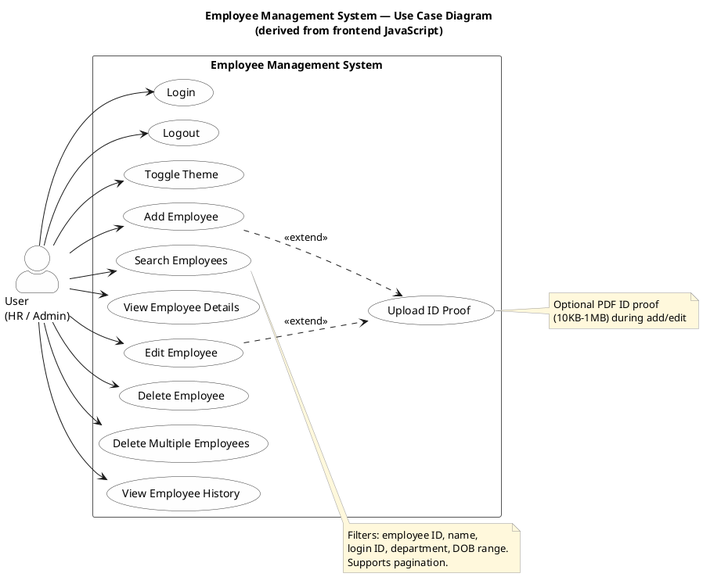
Before: uml/useCaseDiagram.png, a diagram exported from PlantUML (Leospace001/AY2526-FYP-B05). Source of this version:
```plantuml
@startuml
!pragma layout smetana
title Employee Management System — Use Case Diagram\n(derived from frontend JavaScript)

skinparam shadowing false
skinparam packageStyle rectangle
skinparam actorStyle awesome
skinparam defaultFontName SansSerif
skinparam usecase {
  BackgroundColor #FEFEFE
  BorderColor #333333
}
skinparam actor {
  BackgroundColor #FEFEFE
  BorderColor #333333
}
skinparam rectangle {
  BackgroundColor #FFFFFF
  BorderColor #555555
}
skinparam note {
  BackgroundColor #FFF8DC
  BorderColor #999999
}

left to right direction

actor "User\n(HR / Admin)" as User

rectangle "Employee Management System" {
  usecase "Login" as UC_Login
  usecase "Logout" as UC_Logout
  usecase "Toggle Theme" as UC_Theme

  usecase "Add Employee" as UC_Add
  usecase "Upload ID Proof" as UC_Upload
  usecase "Search Employees" as UC_Search
  usecase "View Employee Details" as UC_View
  usecase "Edit Employee" as UC_Edit
  usecase "Delete Employee" as UC_Delete
  usecase "Delete Multiple Employees" as UC_BatchDelete
  usecase "View Employee History" as UC_History
}

User --> UC_Login
User --> UC_Logout
User --> UC_Theme
User --> UC_Add
User --> UC_Search
User --> UC_View
User --> UC_Edit
User --> UC_Delete
User --> UC_BatchDelete
User --> UC_History

UC_Add ..> UC_Upload : <<extend>>
UC_Edit ..> UC_Upload : <<extend>>

note right of UC_Search
  Filters: employee ID, name,
  login ID, department, DOB range.
  Supports pagination.
end note

note right of UC_Upload
  Optional PDF ID proof
  (10KB-1MB) during add/edit
end note

@enduml
```
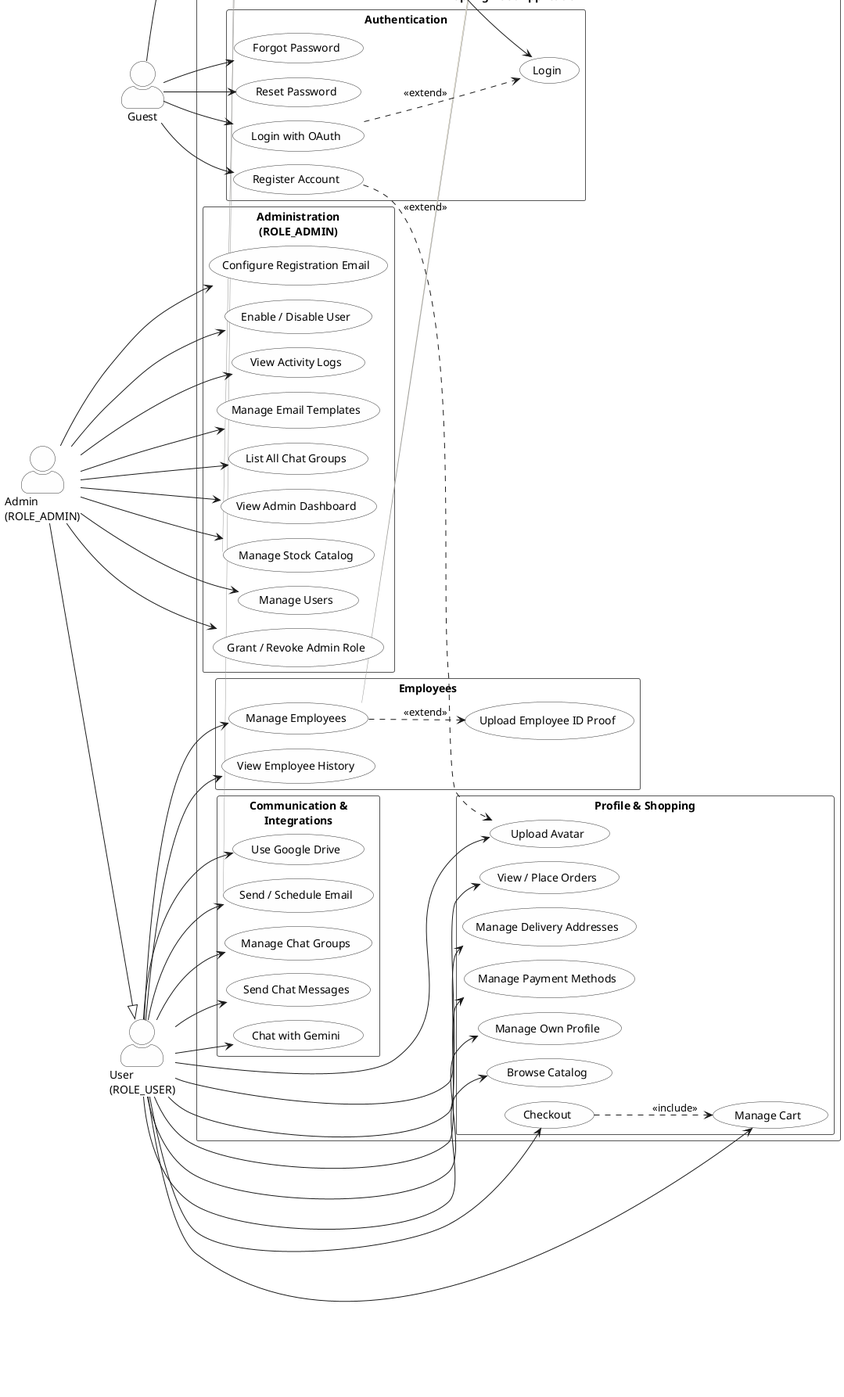
The same file after the commit.

Commit message:
Revise use-case diagram from Spring Boot Java backend

Rebuild the diagram from controllers and SecurityConfig with Guest,
User (ROLE_USER), and Admin (ROLE_ADMIN) actors covering auth,
shopping, chat/email, employees, Drive/Gemini, and admin features.

Change to the diagram source:
```diff
@@ -1,6 +1,6 @@
 @startuml
 !pragma layout smetana
-title Employee Management System — Use Case Diagram\n(derived from frontend JavaScript)
+title Spring Boot Backend — Use Case Diagram\n(derived from Java controllers & SecurityConfig)
 
 skinparam shadowing false
 skinparam packageStyle rectangle
@@ -25,46 +25,110 @@
 
 left to right direction
 
-actor "User\n(HR / Admin)" as User
+actor "Guest" as Guest
+actor "User\n(ROLE_USER)" as User
+actor "Admin\n(ROLE_ADMIN)" as Admin
 
-rectangle "Employee Management System" {
-  usecase "Login" as UC_Login
-  usecase "Logout" as UC_Logout
-  usecase "Toggle Theme" as UC_Theme
+Admin --|> User
 
-  usecase "Add Employee" as UC_Add
-  usecase "Upload ID Proof" as UC_Upload
-  usecase "Search Employees" as UC_Search
-  usecase "View Employee Details" as UC_View
-  usecase "Edit Employee" as UC_Edit
-  usecase "Delete Employee" as UC_Delete
-  usecase "Delete Multiple Employees" as UC_BatchDelete
-  usecase "View Employee History" as UC_History
+rectangle "Spring Boot Application" {
+  package "Authentication" as PAuth {
+    usecase "Register Account" as UC_Register
+    usecase "Login" as UC_Login
+    usecase "Login with OAuth" as UC_OAuth
+    usecase "Forgot Password" as UC_Forgot
+    usecase "Reset Password" as UC_Reset
+  }
+
+  package "Profile & Shopping" as PShop {
+    usecase "Manage Own Profile" as UC_Profile
+    usecase "Upload Avatar" as UC_Avatar
+    usecase "Browse Catalog" as UC_Catalog
+    usecase "Manage Cart" as UC_Cart
+    usecase "Checkout" as UC_Checkout
+    usecase "View / Place Orders" as UC_Orders
+    usecase "Manage Delivery Addresses" as UC_Address
+    usecase "Manage Payment Methods" as UC_Payment
+  }
+
+  package "Communication &\nIntegrations" as PComm {
+    usecase "Send / Schedule Email" as UC_Email
+    usecase "Manage Chat Groups" as UC_ChatGroups
+    usecase "Send Chat Messages" as UC_ChatMsg
+    usecase "Chat with Gemini" as UC_Gemini
+    usecase "Use Google Drive" as UC_Drive
+  }
+
+  package "Employees" as PEmp {
+    usecase "Manage Employees" as UC_Employees
+    usecase "Upload Employee ID Proof" as UC_EmpId
+    usecase "View Employee History" as UC_EmpHistory
+  }
+
+  package "Administration\n(ROLE_ADMIN)" as PAdmin {
+    usecase "View Admin Dashboard" as UC_Dashboard
+    usecase "Manage Stock Catalog" as UC_Stock
+    usecase "Manage Users" as UC_ManageUsers
+    usecase "Grant / Revoke Admin Role" as UC_AdminRole
+    usecase "Enable / Disable User" as UC_DisableUser
+    usecase "View Activity Logs" as UC_Logs
+    usecase "Manage Email Templates" as UC_Templates
+    usecase "Configure Registration Email" as UC_RegEmail
+    usecase "List All Chat Groups" as UC_AllGroups
+  }
 }
 
-User --> UC_Login
-User --> UC_Logout
-User --> UC_Theme
-User --> UC_Add
-User --> UC_Search
-User --> UC_View
-User --> UC_Edit
-User --> UC_Delete
-User --> UC_BatchDelete
-User --> UC_History
+Guest --> UC_Register
+Guest --> UC_Login
+Guest --> UC_OAuth
+Guest --> UC_Forgot
+Guest --> UC_Reset
 
-UC_Add ..> UC_Upload : <<extend>>
-UC_Edit ..> UC_Upload : <<extend>>
+User --> UC_Profile
+User --> UC_Avatar
+User --> UC_Catalog
+User --> UC_Cart
+User --> UC_Checkout
+User --> UC_Orders
+User --> UC_Address
+User --> UC_Payment
+User --> UC_Email
+User --> UC_ChatGroups
+User --> UC_ChatMsg
+User --> UC_Gemini
+User --> UC_Drive
+User --> UC_Employees
+User --> UC_EmpHistory
 
-note right of UC_Search
-  Filters: employee ID, name,
-  login ID, department, DOB range.
-  Supports pagination.
+Admin --> UC_Dashboard
+Admin --> UC_Stock
+Admin --> UC_ManageUsers
+Admin --> UC_AdminRole
+Admin --> UC_DisableUser
+Admin --> UC_Logs
+Admin --> UC_Templates
+Admin --> UC_RegEmail
+Admin --> UC_AllGroups
+
+UC_OAuth ..> UC_Login : <<extend>>
+UC_Register ..> UC_Avatar : <<extend>>
+UC_Checkout ..> UC_Cart : <<include>>
+UC_Employees ..> UC_EmpId : <<extend>>
+
+note right of UC_Employees
+  EmployeeController:
+  CRUD, search, bulk delete
+  (authenticated; no role gate)
 end note
 
-note right of UC_Upload
-  Optional PDF ID proof
-  (10KB-1MB) during add/edit
+note bottom of UC_Email
+  /api/emails/** permitAll
+  in SecurityConfig
+end note
+
+note bottom of UC_Stock
+  StockController
+  @PreAuthorize ADMIN
 end note
 
 @enduml
```
